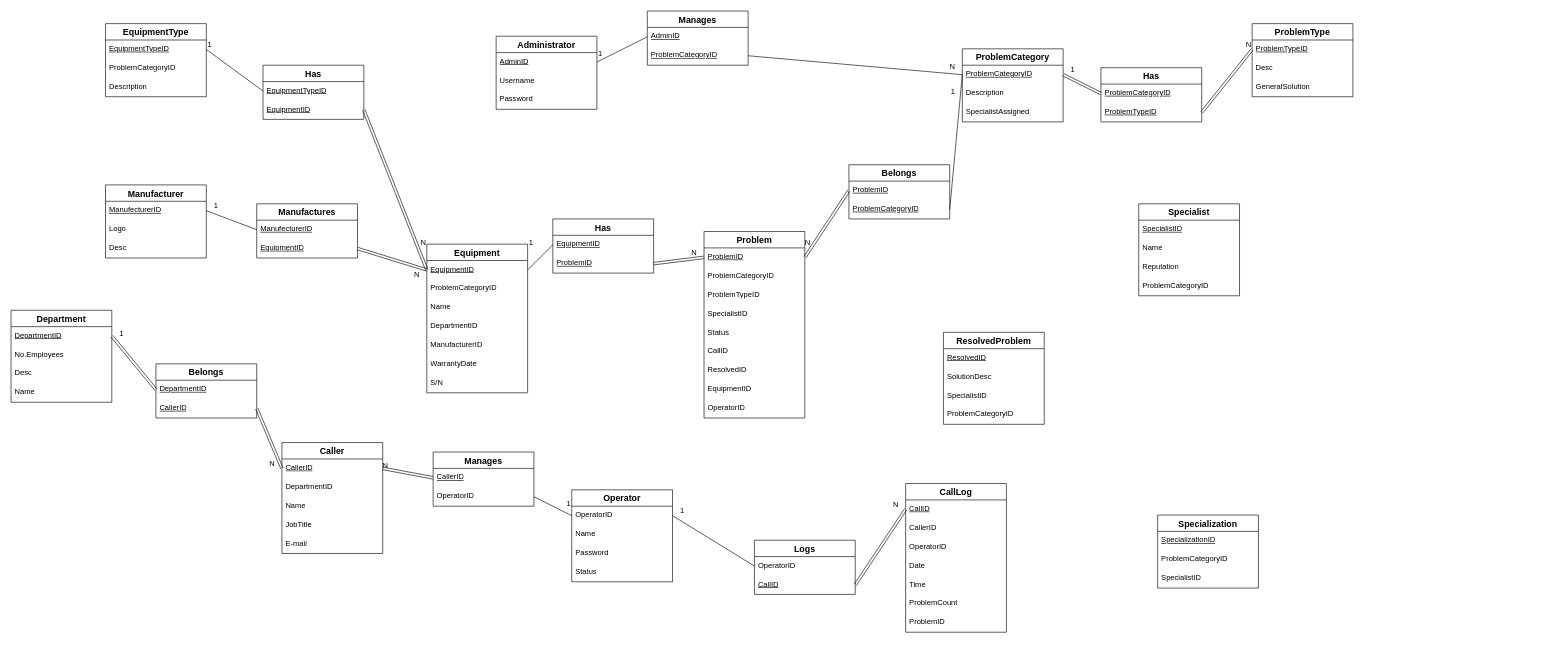
Before: DiagramaEquipamento.drawio in VascoMatos/diagramas, a draw.io diagram. Source tidied: cells renumbered, new cells numbered last; positions are measured from the earlier drawing's top-left corner, leaving out a move shared by most shapes. Both pictures are drawn from the tidied source at 63%, with x=0, y=0 at pixel (11, 11).
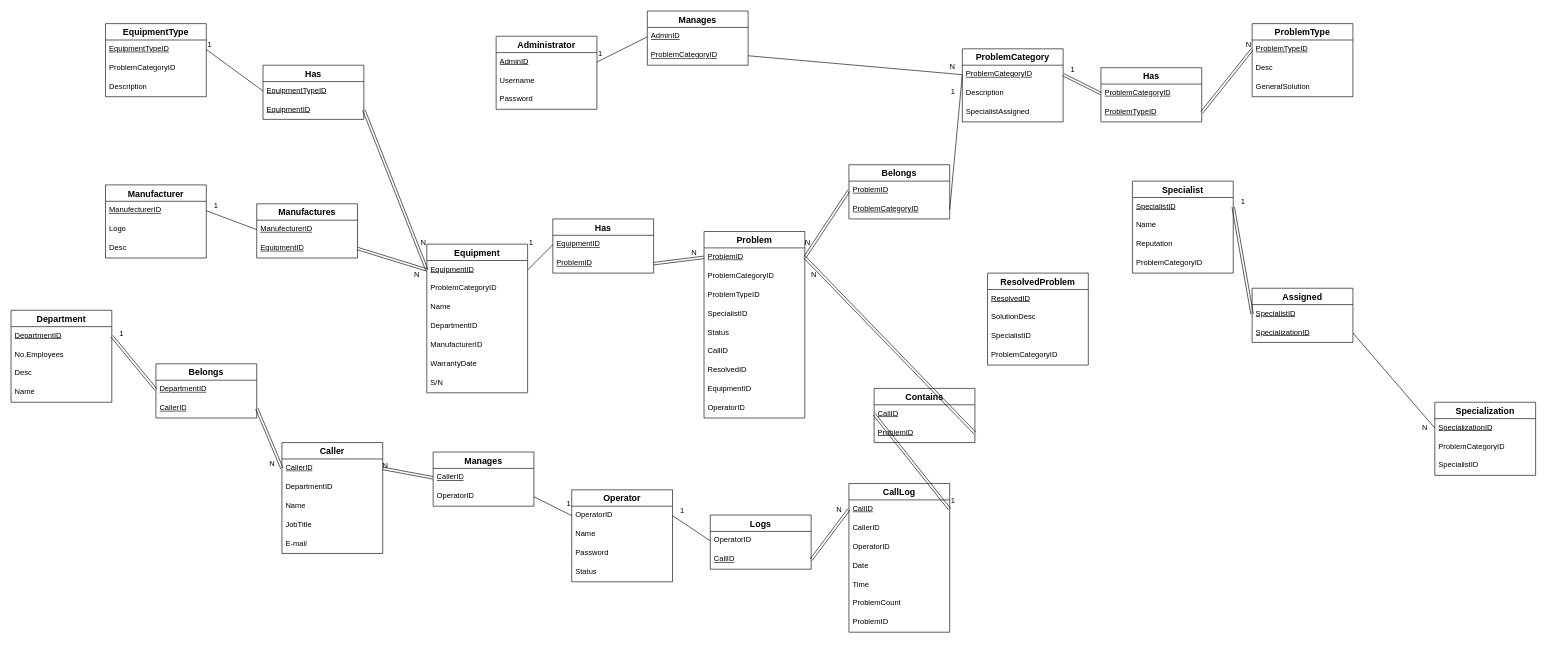
Above is the later version.

The change refers to these unchanged cells:
```xml
<mxCell id="31" value="&lt;u&gt;CallID&lt;/u&gt;" style="text;strokeColor=none;fillColor=none;spacingLeft=4;spacingRight=4;overflow=hidden;points=[[0,0.5],[1,0.5]];portConstraint=eastwest;fontSize=12;whiteSpace=wrap;html=1;" parent="30" vertex="1">
  <mxGeometry y="26" width="160" height="30" as="geometry" />
</mxCell>
<mxCell id="47" value="&lt;u&gt;SpecializationID&lt;/u&gt;" style="text;strokeColor=none;fillColor=none;spacingLeft=4;spacingRight=4;overflow=hidden;points=[[0,0.5],[1,0.5]];portConstraint=eastwest;fontSize=12;whiteSpace=wrap;html=1;" parent="46" vertex="1">
  <mxGeometry y="26" width="160" height="30" as="geometry" />
</mxCell>
<mxCell id="64" value="&lt;u&gt;SpecialistID&lt;/u&gt;" style="text;strokeColor=none;fillColor=none;spacingLeft=4;spacingRight=4;overflow=hidden;points=[[0,0.5],[1,0.5]];portConstraint=eastwest;fontSize=12;whiteSpace=wrap;html=1;" parent="63" vertex="1">
  <mxGeometry y="26" width="160" height="30" as="geometry" />
</mxCell>
<mxCell id="69" value="&lt;u&gt;ProblemID&lt;/u&gt;" style="text;strokeColor=none;fillColor=none;spacingLeft=4;spacingRight=4;overflow=hidden;points=[[0,0.5],[1,0.5]];portConstraint=eastwest;fontSize=12;whiteSpace=wrap;html=1;" parent="68" vertex="1">
  <mxGeometry y="26" width="160" height="30" as="geometry" />
</mxCell>
<mxCell id="139" style="shape=link;html=1;rounded=0;entryX=0;entryY=0.5;entryDx=0;entryDy=0;exitX=1;exitY=0.5;exitDx=0;exitDy=0;" parent="1" edge="1" source="136" target="31">
  <mxGeometry relative="1" as="geometry" />
</mxCell>
```

The edit, as a diff of the source:
```diff
@@
     <mxCell id="30" value="CallLog" style="swimlane;fontStyle=1;horizontal=1;startSize=26;align=center;fontSize=14;" parent="1" vertex="1">
-      <mxGeometry x="1420" y="750" width="160" height="236" as="geometry" />
+      <mxGeometry x="1330" y="750" width="160" height="236" as="geometry" />
     </mxCell>
@@
     <mxCell id="46" value="Specialization" style="swimlane;fontStyle=1;horizontal=1;startSize=26;align=center;fontSize=14;" parent="1" vertex="1">
-      <mxGeometry x="1820" y="800" width="160" height="116" as="geometry" />
+      <mxGeometry x="2260" y="621" width="160" height="116" as="geometry" />
     </mxCell>
@@
     <mxCell id="58" value="ResolvedProblem" style="swimlane;fontStyle=1;horizontal=1;startSize=26;align=center;fontSize=14;" parent="1" vertex="1">
-      <mxGeometry x="1480" y="510" width="160" height="146" as="geometry" />
+      <mxGeometry x="1550" y="416" width="160" height="146" as="geometry" />
     </mxCell>
@@
     <mxCell id="63" value="Specialist" style="swimlane;fontStyle=1;horizontal=1;startSize=26;align=center;fontSize=14;" parent="1" vertex="1">
-      <mxGeometry x="1790" y="306" width="160" height="146" as="geometry" />
+      <mxGeometry x="1780" y="270" width="160" height="146" as="geometry" />
     </mxCell>
@@
     <mxCell id="134" value="Logs" style="swimlane;fontStyle=1;horizontal=1;startSize=26;align=center;fontSize=14;" parent="1" vertex="1">
-      <mxGeometry x="1180" y="840" width="160" height="86" as="geometry" />
+      <mxGeometry x="1110" y="800" width="160" height="86" as="geometry" />
     </mxCell>
@@
     <mxCell id="140" value="N" style="html=1;whiteSpace=wrap;align=right;verticalAlign=bottom;" parent="139" vertex="1">
       <mxGeometry x="1" relative="1" as="geometry">
-        <mxPoint x="-10" as="offset" />
+        <mxPoint x="-10" y="9" as="offset" />
       </mxGeometry>
     </mxCell>
+    <mxCell id="141" value="Contains" style="swimlane;fontStyle=1;horizontal=1;startSize=26;align=center;fontSize=14;" parent="1" vertex="1">
+      <mxGeometry x="1370" y="599" width="160" height="86" as="geometry" />
+    </mxCell>
+    <mxCell id="142" value="&lt;u&gt;CallID&lt;/u&gt;" style="text;strokeColor=none;fillColor=none;spacingLeft=4;spacingRight=4;overflow=hidden;points=[[0,0.5],[1,0.5]];portConstraint=eastwest;fontSize=12;whiteSpace=wrap;html=1;" parent="141" vertex="1">
+      <mxGeometry y="26" width="160" height="30" as="geometry" />
+    </mxCell>
+    <mxCell id="143" value="&lt;u&gt;ProblemID&lt;/u&gt;" style="text;strokeColor=none;fillColor=none;spacingLeft=4;spacingRight=4;overflow=hidden;points=[[0,0.5],[1,0.5]];portConstraint=eastwest;fontSize=12;whiteSpace=wrap;html=1;" parent="141" vertex="1">
+      <mxGeometry y="56" width="160" height="30" as="geometry" />
+    </mxCell>
+    <mxCell id="144" style="shape=link;html=1;rounded=0;entryX=1;entryY=0.5;entryDx=0;entryDy=0;exitX=0;exitY=0.5;exitDx=0;exitDy=0;" parent="1" edge="1" source="142" target="31">
+      <mxGeometry relative="1" as="geometry" />
+    </mxCell>
+    <mxCell id="145" value="1" style="html=1;whiteSpace=wrap;align=right;verticalAlign=bottom;" parent="144" vertex="1">
+      <mxGeometry x="1" relative="1" as="geometry">
+        <mxPoint x="10" y="-5" as="offset" />
+      </mxGeometry>
+    </mxCell>
+    <mxCell id="146" style="shape=link;html=1;rounded=0;exitX=1;exitY=0.5;exitDx=0;exitDy=0;entryX=1;entryY=0.5;entryDx=0;entryDy=0;" parent="1" edge="1" source="143" target="69">
+      <mxGeometry relative="1" as="geometry" />
+    </mxCell>
+    <mxCell id="147" value="N" style="html=1;whiteSpace=wrap;align=right;verticalAlign=bottom;" parent="146" vertex="1">
+      <mxGeometry x="1" relative="1" as="geometry">
+        <mxPoint x="20" y="35" as="offset" />
+      </mxGeometry>
+    </mxCell>
+    <mxCell id="148" value="Assigned" style="swimlane;fontStyle=1;horizontal=1;startSize=26;align=center;fontSize=14;" parent="1" vertex="1">
+      <mxGeometry x="1970" y="440" width="160" height="86" as="geometry" />
+    </mxCell>
+    <mxCell id="149" value="&lt;u&gt;SpecialistID&lt;/u&gt;" style="text;strokeColor=none;fillColor=none;spacingLeft=4;spacingRight=4;overflow=hidden;points=[[0,0.5],[1,0.5]];portConstraint=eastwest;fontSize=12;whiteSpace=wrap;html=1;" parent="148" vertex="1">
+      <mxGeometry y="26" width="160" height="30" as="geometry" />
+    </mxCell>
+    <mxCell id="150" value="&lt;u&gt;SpecializationID&lt;/u&gt;" style="text;strokeColor=none;fillColor=none;spacingLeft=4;spacingRight=4;overflow=hidden;points=[[0,0.5],[1,0.5]];portConstraint=eastwest;fontSize=12;whiteSpace=wrap;html=1;" parent="148" vertex="1">
+      <mxGeometry y="56" width="160" height="30" as="geometry" />
+    </mxCell>
+    <mxCell id="151" style="shape=link;html=1;rounded=0;entryX=1;entryY=0.5;entryDx=0;entryDy=0;exitX=0;exitY=0.5;exitDx=0;exitDy=0;" parent="1" edge="1" source="149" target="64">
+      <mxGeometry relative="1" as="geometry" />
+    </mxCell>
+    <mxCell id="152" value="1" style="html=1;whiteSpace=wrap;align=right;verticalAlign=bottom;" parent="151" vertex="1">
+      <mxGeometry x="1" relative="1" as="geometry">
+        <mxPoint x="20" as="offset" />
+      </mxGeometry>
+    </mxCell>
+    <mxCell id="153" style="endArrow=none;html=1;rounded=0;exitX=1;exitY=0.5;exitDx=0;exitDy=0;entryX=0;entryY=0.5;entryDx=0;entryDy=0;" parent="1" edge="1" source="150" target="47">
+      <mxGeometry relative="1" as="geometry" />
+    </mxCell>
+    <mxCell id="154" value="N" style="html=1;whiteSpace=wrap;align=right;verticalAlign=bottom;" parent="153" vertex="1">
+      <mxGeometry x="1" relative="1" as="geometry">
+        <mxPoint x="-10" y="8" as="offset" />
+      </mxGeometry>
+    </mxCell>
```
